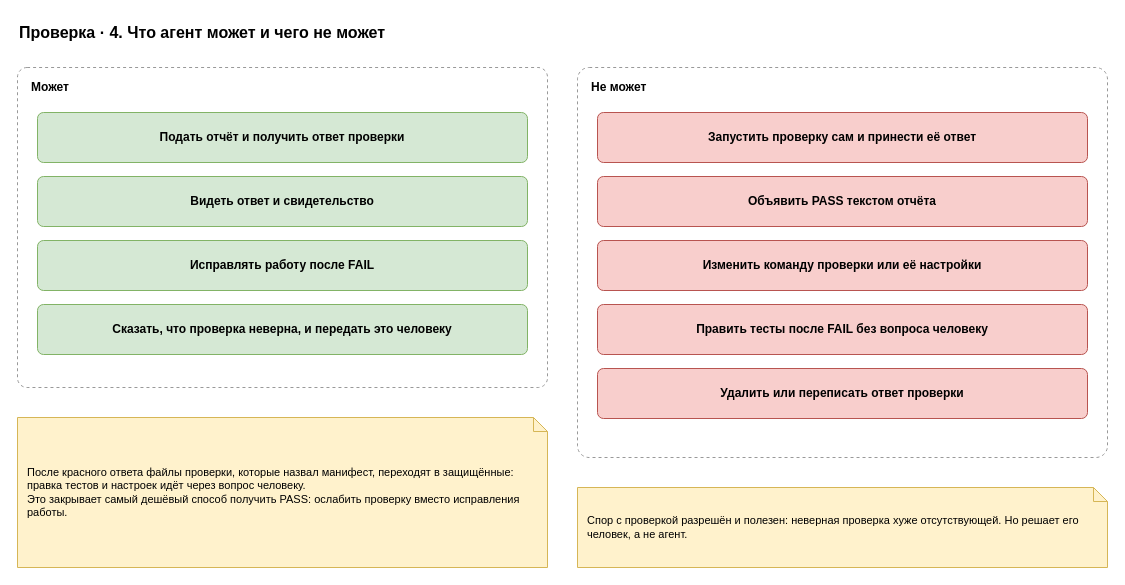
This is page "4. Агент и проверка" (4 of 5) of docs/spec/harness-check.drawio from roygkov/reins, a draw.io file, before an edit. Source tidied: cells renumbered, new cells numbered last; positions are measured from the earlier drawing's top-left corner, leaving out a move shared by most shapes. Both pictures are drawn from the tidied source at 100%, with x=0, y=0 at pixel (17, 17).
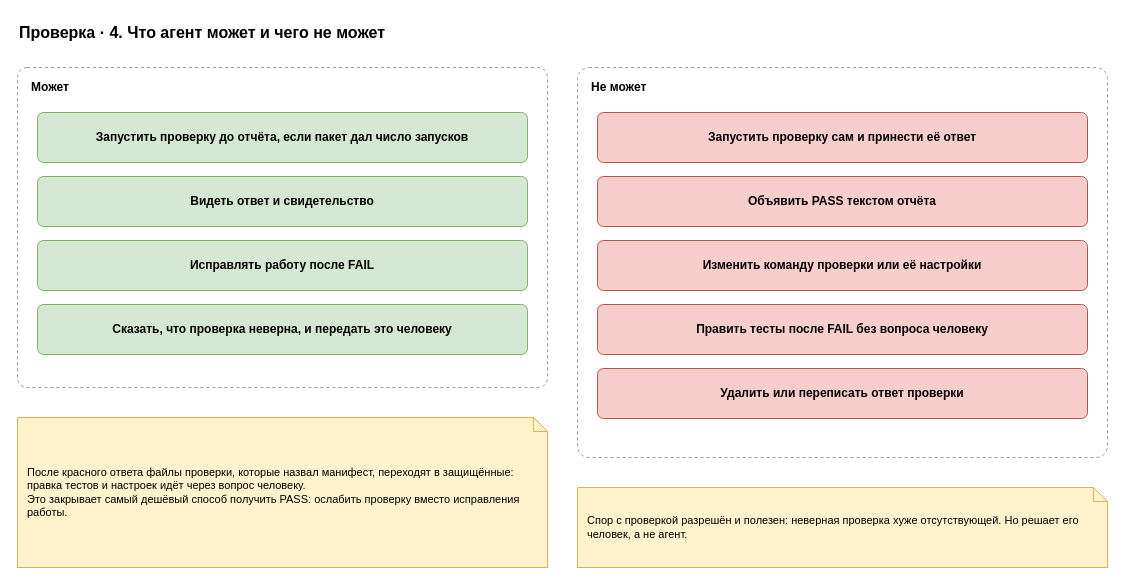
The same page after the edit.

Change to the diagram source:
```diff
@@
 <mxGraphModel>
   <root>
     <mxCell id="0" />
     <mxCell id="1" parent="0" />
     <mxCell id="2" value="Проверка · 4. Что агент может и чего не может" style="text;html=1;align=left;verticalAlign=middle;whiteSpace=wrap;fontSize=16;strokeColor=none;fillColor=none;fontStyle=1;" parent="1" vertex="1">
       <mxGeometry width="900" height="30" as="geometry" />
     </mxCell>
     <mxCell id="3" value="&lt;b&gt;Может&lt;/b&gt;" style="rounded=1;whiteSpace=wrap;html=1;dashed=1;fillColor=none;strokeColor=#999999;verticalAlign=top;align=left;spacingLeft=12;spacingTop=6;arcSize=3;" parent="1" vertex="1">
       <mxGeometry y="50" width="530" height="320" as="geometry" />
     </mxCell>
-    <mxCell id="4" value="&lt;b&gt;Подать отчёт и получить ответ проверки&lt;/b&gt;" style="rounded=1;whiteSpace=wrap;html=1;fillColor=#d5e8d4;strokeColor=#82b366;arcSize=12;" parent="1" vertex="1">
+    <mxCell id="4" value="&lt;b&gt;Запустить проверку до отчёта, если пакет дал число запусков&lt;/b&gt;" style="rounded=1;whiteSpace=wrap;html=1;fillColor=#d5e8d4;strokeColor=#82b366;arcSize=12;" parent="1" vertex="1">
       <mxGeometry x="20" y="95" width="490" height="50" as="geometry" />
     </mxCell>
     <mxCell id="5" value="&lt;b&gt;Видеть ответ и свидетельство&lt;/b&gt;" style="rounded=1;whiteSpace=wrap;html=1;fillColor=#d5e8d4;strokeColor=#82b366;arcSize=12;" parent="1" vertex="1">
       <mxGeometry x="20" y="159" width="490" height="50" as="geometry" />
     </mxCell>
     <mxCell id="6" value="&lt;b&gt;Исправлять работу после FAIL&lt;/b&gt;" style="rounded=1;whiteSpace=wrap;html=1;fillColor=#d5e8d4;strokeColor=#82b366;arcSize=12;" parent="1" vertex="1">
       <mxGeometry x="20" y="223" width="490" height="50" as="geometry" />
     </mxCell>
     <mxCell id="7" value="&lt;b&gt;Сказать, что проверка неверна, и передать это человеку&lt;/b&gt;" style="rounded=1;whiteSpace=wrap;html=1;fillColor=#d5e8d4;strokeColor=#82b366;arcSize=12;" parent="1" vertex="1">
       <mxGeometry x="20" y="287" width="490" height="50" as="geometry" />
     </mxCell>
     <mxCell id="8" value="&lt;b&gt;Не может&lt;/b&gt;" style="rounded=1;whiteSpace=wrap;html=1;dashed=1;fillColor=none;strokeColor=#999999;verticalAlign=top;align=left;spacingLeft=12;spacingTop=6;arcSize=3;" parent="1" vertex="1">
       <mxGeometry x="560" y="50" width="530" height="390" as="geometry" />
     </mxCell>
     <mxCell id="9" value="&lt;b&gt;Запустить проверку сам и принести её ответ&lt;/b&gt;" style="rounded=1;whiteSpace=wrap;html=1;fillColor=#f8cecc;strokeColor=#b85450;arcSize=12;" parent="1" vertex="1">
       <mxGeometry x="580" y="95" width="490" height="50" as="geometry" />
     </mxCell>
     <mxCell id="10" value="&lt;b&gt;Объявить PASS текстом отчёта&lt;/b&gt;" style="rounded=1;whiteSpace=wrap;html=1;fillColor=#f8cecc;strokeColor=#b85450;arcSize=12;" parent="1" vertex="1">
       <mxGeometry x="580" y="159" width="490" height="50" as="geometry" />
     </mxCell>
     <mxCell id="11" value="&lt;b&gt;Изменить команду проверки или её настройки&lt;/b&gt;" style="rounded=1;whiteSpace=wrap;html=1;fillColor=#f8cecc;strokeColor=#b85450;arcSize=12;" parent="1" vertex="1">
       <mxGeometry x="580" y="223" width="490" height="50" as="geometry" />
     </mxCell>
     <mxCell id="12" value="&lt;b&gt;Править тесты после FAIL без вопроса человеку&lt;/b&gt;" style="rounded=1;whiteSpace=wrap;html=1;fillColor=#f8cecc;strokeColor=#b85450;arcSize=12;" parent="1" vertex="1">
       <mxGeometry x="580" y="287" width="490" height="50" as="geometry" />
     </mxCell>
     <mxCell id="13" value="&lt;b&gt;Удалить или переписать ответ проверки&lt;/b&gt;" style="rounded=1;whiteSpace=wrap;html=1;fillColor=#f8cecc;strokeColor=#b85450;arcSize=12;" parent="1" vertex="1">
       <mxGeometry x="580" y="351" width="490" height="50" as="geometry" />
     </mxCell>
     <mxCell id="14" value="После красного ответа файлы проверки, которые назвал манифест, переходят в защищённые: правка тестов и настроек идёт через вопрос человеку.&lt;br&gt;Это закрывает самый дешёвый способ получить PASS: ослабить проверку вместо исправления работы." style="shape=note;whiteSpace=wrap;html=1;backgroundOutline=1;size=14;fillColor=#fff2cc;strokeColor=#d6b656;align=left;spacingLeft=8;spacingRight=8;fontSize=11;" parent="1" vertex="1">
       <mxGeometry y="400" width="530" height="150" as="geometry" />
     </mxCell>
     <mxCell id="15" value="Спор с проверкой разрешён и полезен: неверная проверка хуже отсутствующей. Но решает его человек, а не агент." style="shape=note;whiteSpace=wrap;html=1;backgroundOutline=1;size=14;fillColor=#fff2cc;strokeColor=#d6b656;align=left;spacingLeft=8;spacingRight=8;fontSize=11;" parent="1" vertex="1">
       <mxGeometry x="560" y="470" width="530" height="80" as="geometry" />
     </mxCell>
   </root>
 </mxGraphModel>
```
